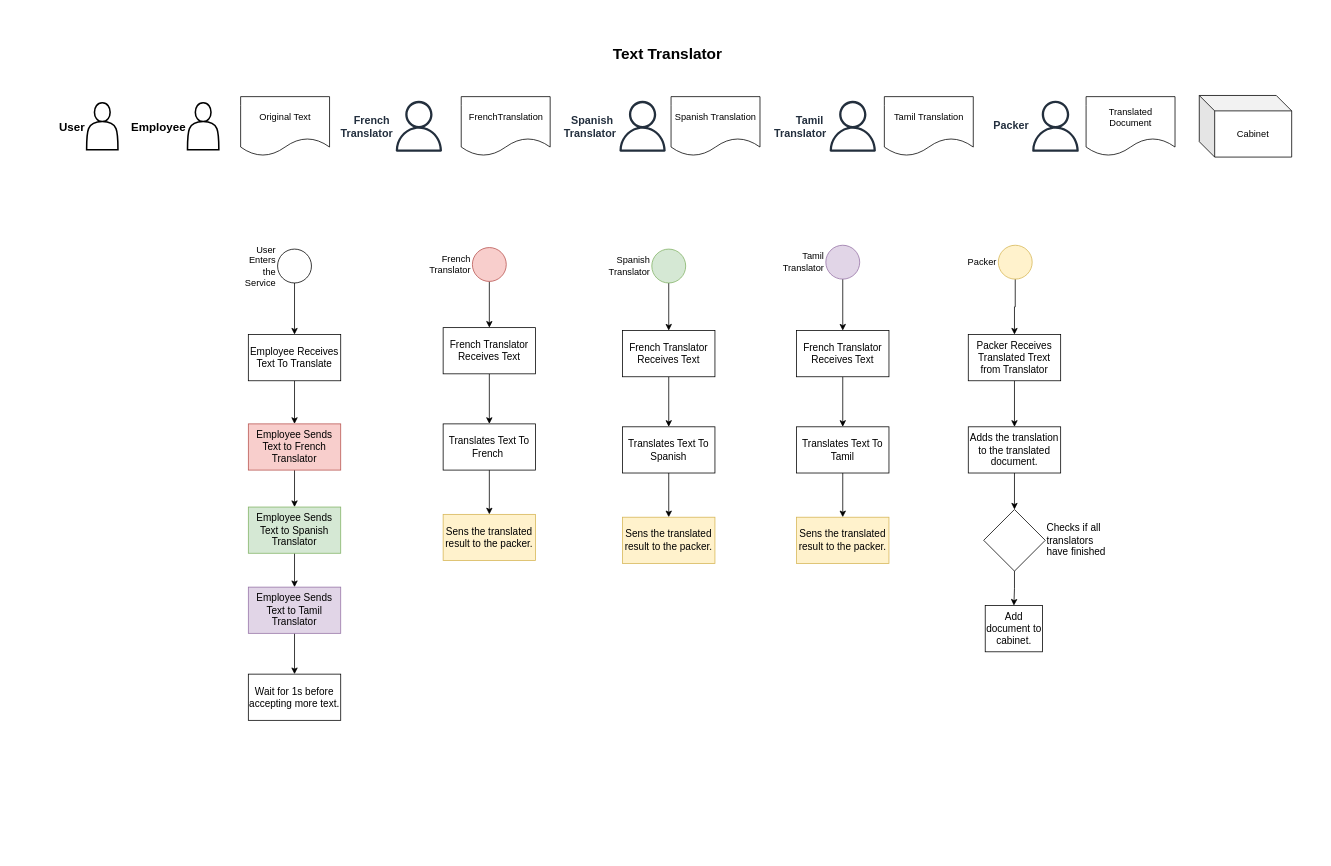
The draw.io diagram page "text-translator" (5 of 5) of sample/LibraryManager.drawio in vishalpalaniappan/asp-adli-python, before the edit. Source tidied: cells renumbered, new cells numbered last; positions are measured from the earlier drawing's top-left corner, leaving out a move shared by most shapes. Both pictures are drawn from the tidied source at 77%, with x=0, y=0 at pixel (13, 13).
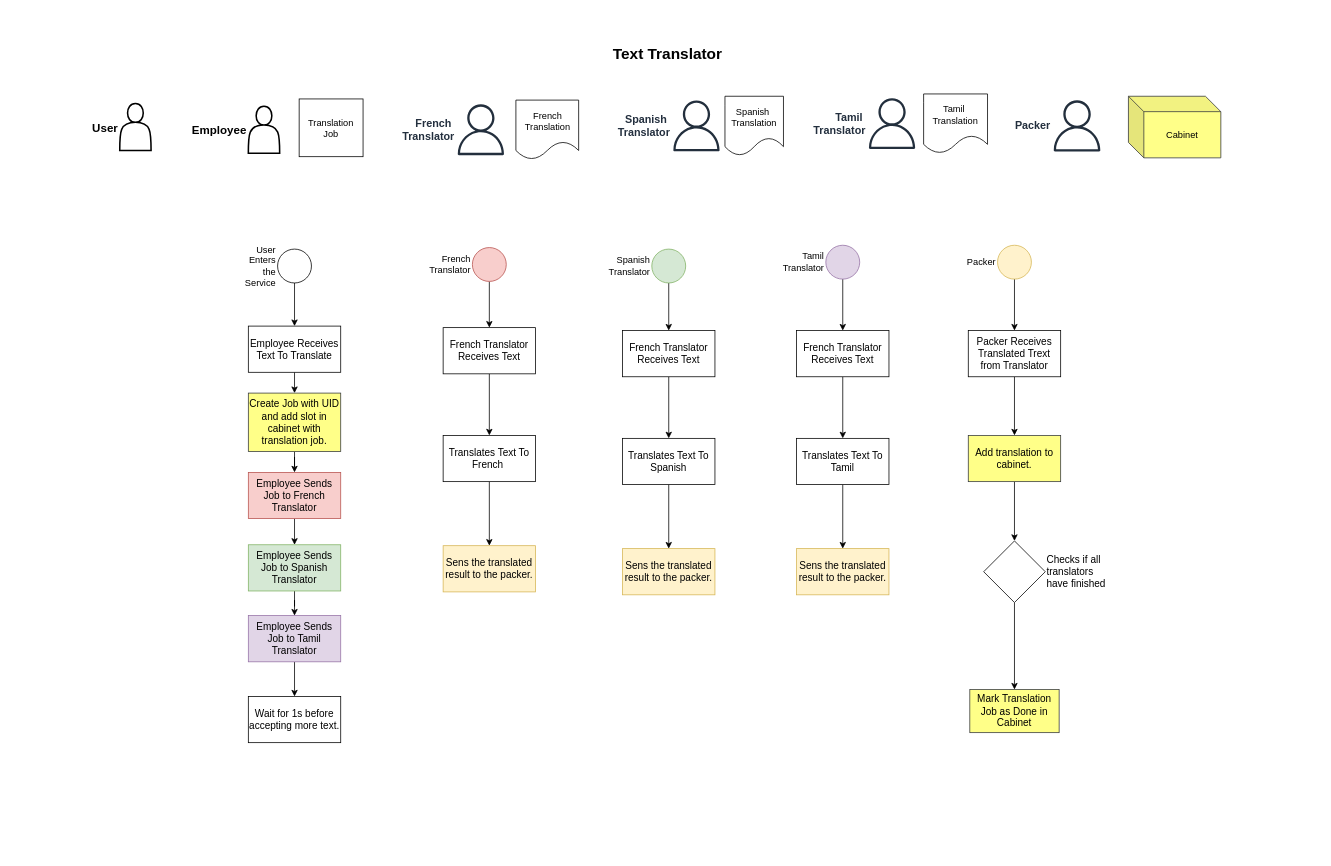
The same page after the edit.

Commit message (it also covers changes not shown here):
Update system diagram.

The edit, as a diff of the source:
```diff
@@
     <mxCell id="6" value="User" style="shape=actor;whiteSpace=wrap;html=1;strokeWidth=2;fontStyle=1;labelPosition=left;verticalLabelPosition=middle;align=right;verticalAlign=middle;fontSize=15;" parent="1" vertex="1">
-      <mxGeometry x="95" y="116" width="40.7" height="61" as="geometry" />
+      <mxGeometry x="138" y="117" width="40.7" height="61" as="geometry" />
     </mxCell>
     <mxCell id="7" value="French&amp;nbsp;&lt;div&gt;Translator&lt;/div&gt;" style="sketch=0;fontColor=#232F3E;gradientColor=none;fillColor=#232F3D;strokeColor=none;dashed=0;verticalLabelPosition=middle;verticalAlign=middle;align=right;html=1;fontSize=14;fontStyle=1;shape=mxgraph.aws4.user;labelPosition=left;" parent="1" vertex="1">
-      <mxGeometry x="493.5" y="113.5" width="66" height="66" as="geometry" />
+      <mxGeometry x="574" y="118" width="66" height="66" as="geometry" />
     </mxCell>
     <mxCell id="8" value="Spanish&amp;nbsp;&lt;div&gt;Translator&lt;/div&gt;" style="sketch=0;fontColor=#232F3E;gradientColor=none;fillColor=#232F3D;strokeColor=none;dashed=0;verticalLabelPosition=middle;verticalAlign=middle;align=right;html=1;fontSize=14;fontStyle=1;shape=mxgraph.aws4.user;labelPosition=left;" parent="1" vertex="1">
-      <mxGeometry x="784" y="113.5" width="66" height="66" as="geometry" />
+      <mxGeometry x="854" y="113" width="66" height="66" as="geometry" />
     </mxCell>
     <mxCell id="9" value="Tamil&amp;nbsp;&lt;div&gt;Translator&lt;/div&gt;" style="sketch=0;fontColor=#232F3E;gradientColor=none;fillColor=#232F3D;strokeColor=none;dashed=0;verticalLabelPosition=middle;verticalAlign=middle;align=right;html=1;fontSize=14;fontStyle=1;shape=mxgraph.aws4.user;labelPosition=left;" parent="1" vertex="1">
-      <mxGeometry x="1057" y="113.5" width="66" height="66" as="geometry" />
+      <mxGeometry x="1108" y="110" width="66" height="66" as="geometry" />
     </mxCell>
     <mxCell id="10" value="Employee" style="shape=actor;whiteSpace=wrap;html=1;strokeWidth=2;fontStyle=1;labelPosition=left;verticalLabelPosition=middle;align=right;verticalAlign=middle;fontSize=15;" parent="1" vertex="1">
-      <mxGeometry x="226" y="116" width="40.7" height="61" as="geometry" />
+      <mxGeometry x="305" y="120.5" width="40.7" height="61" as="geometry" />
     </mxCell>
-    <mxCell id="11" style="edgeStyle=orthogonalEdgeStyle;rounded=0;jettySize=auto;html=1;exitX=0.5;exitY=1;exitDx=0;exitDy=0;entryX=0.5;entryY=0;entryDx=0;entryDy=0;" parent="1" edge="1" source="12" target="14">
-      <mxGeometry relative="1" as="geometry" />
-    </mxCell>
+    <mxCell id="57" style="edgeStyle=orthogonalEdgeStyle;rounded=0;jettySize=auto;html=1;exitX=0.5;exitY=1;exitDx=0;exitDy=0;entryX=0.5;entryY=0;entryDx=0;entryDy=0;" parent="1" edge="1" source="12" target="59">
+      <mxGeometry relative="1" as="geometry" />
+    </mxCell>
     <mxCell id="12" value="Employee Receives Text To Translate" style="rounded=0;whiteSpace=wrap;html=1;fontSize=13;" parent="1" vertex="1">
-      <mxGeometry x="305" y="417" width="120" height="60" as="geometry" />
+      <mxGeometry x="305" y="406" width="120" height="60" as="geometry" />
     </mxCell>
@@
-    <mxCell id="14" value="Employee Sends Text to French Translator" style="rounded=0;whiteSpace=wrap;html=1;fontSize=13;fillColor=#f8cecc;strokeColor=#b85450;" parent="1" vertex="1">
-      <mxGeometry x="305" y="533" width="120" height="60" as="geometry" />
+    <mxCell id="14" value="Employee Sends Job to French Translator" style="rounded=0;whiteSpace=wrap;html=1;fontSize=13;fillColor=#f8cecc;strokeColor=#b85450;" parent="1" vertex="1">
+      <mxGeometry x="305" y="596" width="120" height="60" as="geometry" />
     </mxCell>
@@
-    <mxCell id="16" value="Employee Sends Text to Spanish Translator" style="rounded=0;whiteSpace=wrap;html=1;fontSize=13;fillColor=#d5e8d4;strokeColor=#82b366;" parent="1" vertex="1">
-      <mxGeometry x="305" y="641" width="120" height="60" as="geometry" />
+    <mxCell id="16" value="Employee Sends Job to Spanish Translator" style="rounded=0;whiteSpace=wrap;html=1;fontSize=13;fillColor=#d5e8d4;strokeColor=#82b366;" parent="1" vertex="1">
+      <mxGeometry x="305" y="690" width="120" height="60" as="geometry" />
     </mxCell>
@@
-    <mxCell id="18" value="Employee Sends Text to Tamil Translator" style="rounded=0;whiteSpace=wrap;html=1;fontSize=13;fillColor=#e1d5e7;strokeColor=#9673a6;" parent="1" vertex="1">
-      <mxGeometry x="305" y="745" width="120" height="60" as="geometry" />
+    <mxCell id="18" value="Employee Sends Job to Tamil Translator" style="rounded=0;whiteSpace=wrap;html=1;fontSize=13;fillColor=#e1d5e7;strokeColor=#9673a6;" parent="1" vertex="1">
+      <mxGeometry x="305" y="782" width="120" height="60" as="geometry" />
     </mxCell>
     <mxCell id="19" value="Wait for 1s before accepting more text." style="rounded=0;whiteSpace=wrap;html=1;fontSize=13;" parent="1" vertex="1">
-      <mxGeometry x="305" y="858" width="120" height="60" as="geometry" />
+      <mxGeometry x="305" y="887" width="120" height="60" as="geometry" />
     </mxCell>
@@
     <mxCell id="29" value="Translates Text To French&amp;nbsp;" style="rounded=0;whiteSpace=wrap;html=1;fontSize=13;" parent="1" vertex="1">
-      <mxGeometry x="558" y="533" width="120" height="60" as="geometry" />
+      <mxGeometry x="558" y="548" width="120" height="60" as="geometry" />
     </mxCell>
     <mxCell id="30" value="Sens the translated result to the packer." style="rounded=0;whiteSpace=wrap;html=1;fontSize=13;fillColor=#fff2cc;strokeColor=#d6b656;" parent="1" vertex="1">
-      <mxGeometry x="558" y="650.5" width="120" height="60" as="geometry" />
+      <mxGeometry x="558" y="691.2" width="120" height="60" as="geometry" />
     </mxCell>
@@
     <mxCell id="34" value="Translates Text To Spanish" style="rounded=0;whiteSpace=wrap;html=1;fontSize=13;" parent="1" vertex="1">
-      <mxGeometry x="791" y="536.8" width="120" height="60" as="geometry" />
+      <mxGeometry x="791" y="551.8" width="120" height="60" as="geometry" />
     </mxCell>
     <mxCell id="35" value="Sens the translated result to the packer." style="rounded=0;whiteSpace=wrap;html=1;fontSize=13;fillColor=#fff2cc;strokeColor=#d6b656;" parent="1" vertex="1">
-      <mxGeometry x="791" y="654.2" width="120" height="60" as="geometry" />
+      <mxGeometry x="791" y="695" width="120" height="60" as="geometry" />
     </mxCell>
@@
     <mxCell id="39" value="Translates Text To Tamil" style="rounded=0;whiteSpace=wrap;html=1;fontSize=13;" parent="1" vertex="1">
-      <mxGeometry x="1017" y="536.8" width="120" height="60" as="geometry" />
+      <mxGeometry x="1017" y="551.8" width="120" height="60" as="geometry" />
     </mxCell>
     <mxCell id="40" value="Sens the translated result to the packer." style="rounded=0;whiteSpace=wrap;html=1;fontSize=13;fillColor=#fff2cc;strokeColor=#d6b656;" parent="1" vertex="1">
-      <mxGeometry x="1017" y="654.2" width="120" height="60" as="geometry" />
+      <mxGeometry x="1017" y="695" width="120" height="60" as="geometry" />
     </mxCell>
@@
     <mxCell id="42" value="Packer" style="ellipse;whiteSpace=wrap;html=1;labelPosition=left;verticalLabelPosition=middle;align=right;verticalAlign=middle;fillColor=#fff2cc;strokeColor=#d6b656;" parent="1" vertex="1">
-      <mxGeometry x="1279" y="301" width="44" height="44" as="geometry" />
+      <mxGeometry x="1278" y="301" width="44" height="44" as="geometry" />
     </mxCell>
@@
     <mxCell id="44" value="Packer Receives Translated Trext from Translator" style="rounded=0;whiteSpace=wrap;html=1;fontSize=13;" parent="1" vertex="1">
-      <mxGeometry x="1240" y="417" width="120" height="60" as="geometry" />
+      <mxGeometry x="1240" y="411.8" width="120" height="60" as="geometry" />
     </mxCell>
@@
-    <mxCell id="46" value="Adds the translation to the translated document." style="rounded=0;whiteSpace=wrap;html=1;fontSize=13;" parent="1" vertex="1">
-      <mxGeometry x="1240" y="536.8" width="120" height="60" as="geometry" />
+    <mxCell id="46" value="Add translation to cabinet." style="rounded=0;whiteSpace=wrap;html=1;fontSize=13;fillColor=#ffff88;strokeColor=#36393d;" parent="1" vertex="1">
+      <mxGeometry x="1240" y="548" width="120" height="60" as="geometry" />
     </mxCell>
@@
     <mxCell id="48" value="Checks if all translators have finished" style="rhombus;whiteSpace=wrap;html=1;fontSize=13;labelPosition=right;verticalLabelPosition=middle;align=left;verticalAlign=middle;" parent="1" vertex="1">
-      <mxGeometry x="1260" y="644.2" width="80" height="80" as="geometry" />
+      <mxGeometry x="1260" y="685" width="80" height="80" as="geometry" />
     </mxCell>
-    <mxCell id="49" value="Add document to cabinet." style="rounded=0;whiteSpace=wrap;html=1;fontSize=13;" parent="1" vertex="1">
-      <mxGeometry x="1262" y="769" width="74.5" height="60" as="geometry" />
+    <mxCell id="49" value="Mark Translation Job as Done in Cabinet" style="rounded=0;whiteSpace=wrap;html=1;fontSize=13;fillColor=#ffff88;strokeColor=#36393d;" parent="1" vertex="1">
+      <mxGeometry x="1242" y="878" width="116" height="56" as="geometry" />
     </mxCell>
-    <mxCell id="50" value="FrenchTranslation" style="shape=document;whiteSpace=wrap;html=1;boundedLbl=1;" parent="1" vertex="1">
-      <mxGeometry x="581.5" y="108" width="115.5" height="77" as="geometry" />
+    <mxCell id="50" value="French&lt;div&gt;Translation&lt;/div&gt;" style="shape=document;whiteSpace=wrap;html=1;boundedLbl=1;" parent="1" vertex="1">
+      <mxGeometry x="652.5" y="112.5" width="81.5" height="77" as="geometry" />
     </mxCell>
-    <mxCell id="51" value="Spanish Translation" style="shape=document;whiteSpace=wrap;html=1;boundedLbl=1;" parent="1" vertex="1">
-      <mxGeometry x="854" y="108" width="115.5" height="77" as="geometry" />
+    <mxCell id="51" value="Spanish&amp;nbsp;&lt;div&gt;Translation&lt;/div&gt;" style="shape=document;whiteSpace=wrap;html=1;boundedLbl=1;" parent="1" vertex="1">
+      <mxGeometry x="924" y="107.5" width="76" height="77" as="geometry" />
     </mxCell>
-    <mxCell id="52" value="Tamil Translation" style="shape=document;whiteSpace=wrap;html=1;boundedLbl=1;" parent="1" vertex="1">
-      <mxGeometry x="1131" y="108" width="115.5" height="77" as="geometry" />
+    <mxCell id="52" value="Tamil&amp;nbsp;&lt;div&gt;Translation&lt;/div&gt;" style="shape=document;whiteSpace=wrap;html=1;boundedLbl=1;" parent="1" vertex="1">
+      <mxGeometry x="1182" y="104.5" width="83" height="77" as="geometry" />
     </mxCell>
-    <mxCell id="53" value="Original Text" style="shape=document;whiteSpace=wrap;html=1;boundedLbl=1;" parent="1" vertex="1">
-      <mxGeometry x="295" y="108" width="115.5" height="77" as="geometry" />
-    </mxCell>
-    <mxCell id="54" value="Translated Document" style="shape=document;whiteSpace=wrap;html=1;boundedLbl=1;" parent="1" vertex="1">
-      <mxGeometry x="1393" y="108" width="115.5" height="77" as="geometry" />
-    </mxCell>
     <mxCell id="55" value="Packer" style="sketch=0;fontColor=#232F3E;gradientColor=none;fillColor=#232F3D;strokeColor=none;dashed=0;verticalLabelPosition=middle;verticalAlign=middle;align=right;html=1;fontSize=14;fontStyle=1;shape=mxgraph.aws4.user;labelPosition=left;" parent="1" vertex="1">
-      <mxGeometry x="1320" y="113.2" width="66.5" height="66.5" as="geometry" />
+      <mxGeometry x="1348" y="112.8" width="66.5" height="66.5" as="geometry" />
     </mxCell>
-    <mxCell id="56" value="Cabinet" style="shape=cube;whiteSpace=wrap;html=1;boundedLbl=1;backgroundOutline=1;darkOpacity=0.05;darkOpacity2=0.1;" parent="1" vertex="1">
-      <mxGeometry x="1540" y="106.5" width="120" height="80" as="geometry" />
+    <mxCell id="56" value="Cabinet" style="shape=cube;whiteSpace=wrap;html=1;boundedLbl=1;backgroundOutline=1;darkOpacity=0.05;darkOpacity2=0.1;fillColor=#ffff88;strokeColor=#36393d;" parent="1" vertex="1">
+      <mxGeometry x="1448" y="107.5" width="120" height="80" as="geometry" />
     </mxCell>
+    <mxCell id="58" style="edgeStyle=orthogonalEdgeStyle;rounded=0;jettySize=auto;html=1;exitX=0.5;exitY=1;exitDx=0;exitDy=0;" parent="1" edge="1" source="59" target="14">
+      <mxGeometry relative="1" as="geometry" />
+    </mxCell>
+    <mxCell id="59" value="Create Job with UID and add slot in cabinet with translation job." style="rounded=0;whiteSpace=wrap;html=1;fontSize=13;fillColor=#ffff88;strokeColor=#36393d;" parent="1" vertex="1">
+      <mxGeometry x="305" y="493" width="120" height="76" as="geometry" />
+    </mxCell>
+    <mxCell id="60" value="Translation Job" style="rounded=0;whiteSpace=wrap;html=1;" parent="1" vertex="1">
+      <mxGeometry x="371" y="111" width="83" height="75" as="geometry" />
+    </mxCell>
```
